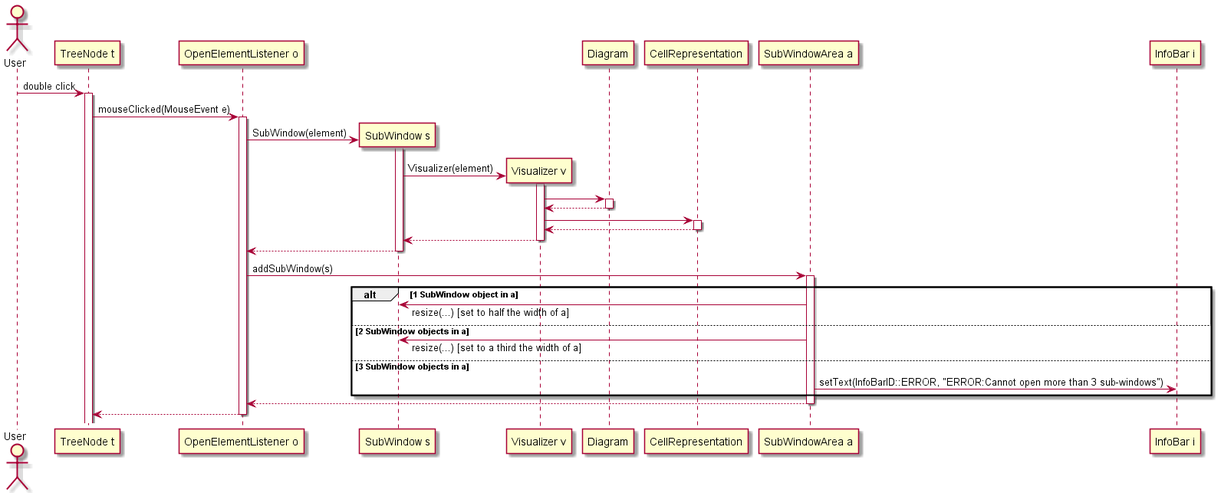
The PlantUML diagram Design Phase/Images/FR-4.png in AlpTorac/PSE-Report, before a commit.
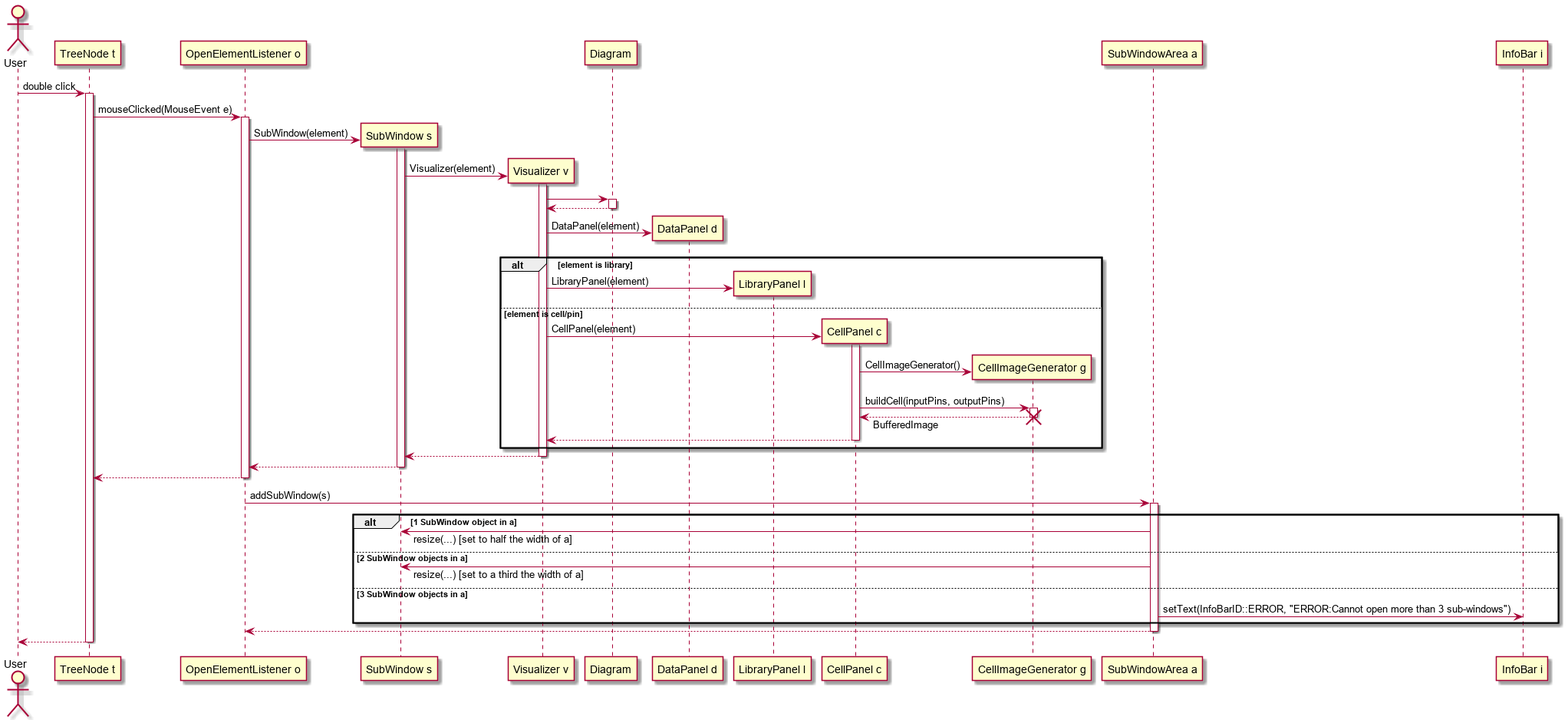
After the commit.

What changed in the source:
```diff
@@ -1,5 +1,4 @@
 @startuml FR-4
-
 skinparam responseMessageBelowArrow true
     actor User
     User -> "TreeNode t" ++ : double click
@@ -10,10 +9,23 @@
     activate "Visualizer v"
     "Visualizer v" -> Diagram ++
     return
-    "Visualizer v" -> CellRepresentation ++
+
+    "Visualizer v" -> "DataPanel d" ** : DataPanel(element)
+    alt element is library
+    "Visualizer v" -> "LibraryPanel l" ** : LibraryPanel(element)
+    else element is cell/pin
+    "Visualizer v" -> "CellPanel c" ** : CellPanel(element)
+    activate "CellPanel c"
+    "CellPanel c" -> "CellImageGenerator g" ** : CellImageGenerator()
+    "CellPanel c" -> "CellImageGenerator g" ++ : buildCell(inputPins, outputPins)
+    return BufferedImage
+    destroy "CellImageGenerator g"
+    return
+    end
     return
     return
     return
+
     "OpenElementListener o" -> "SubWindowArea a" ++ : addSubWindow(s)
     alt 1 SubWindow object in a
     "SubWindowArea a" -> "SubWindow s" : resize(...) [set to half the width of a]
```
